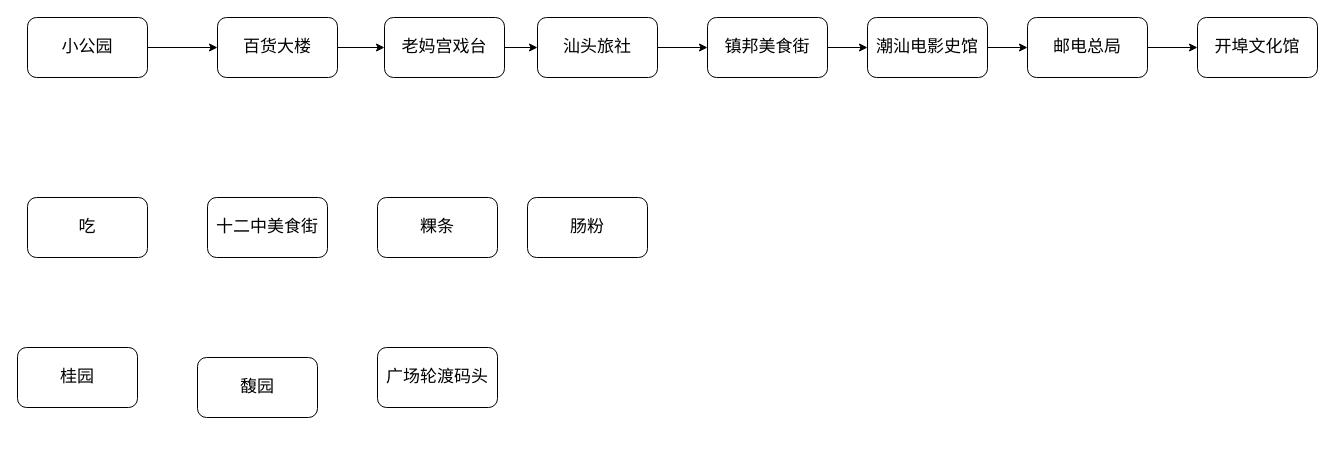
notThisMoment/drawIo keeps this draw.io diagram as travel.drawio. Above is the earlier version. Source tidied: cells renumbered, new cells numbered last; positions are measured from the earlier drawing's top-left corner, leaving out a move shared by most shapes. Both pictures are drawn from the tidied source at 100%, with x=0, y=0 at pixel (17, 17).
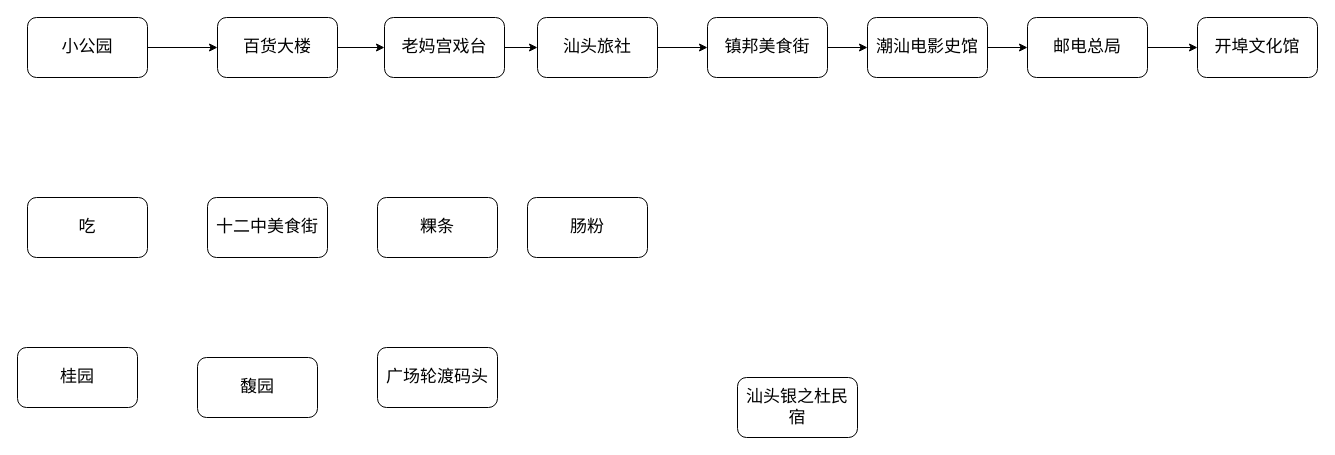
Above is the later version.

The edit, as a diff of the source:
```diff
@@
+    <mxCell id="24" value="汕头银之杜民宿" style="rounded=1;whiteSpace=wrap;html=1;fontSize=17;" parent="1" vertex="1">
+      <mxGeometry x="720" y="360" width="120" height="60" as="geometry" />
+    </mxCell>
```
